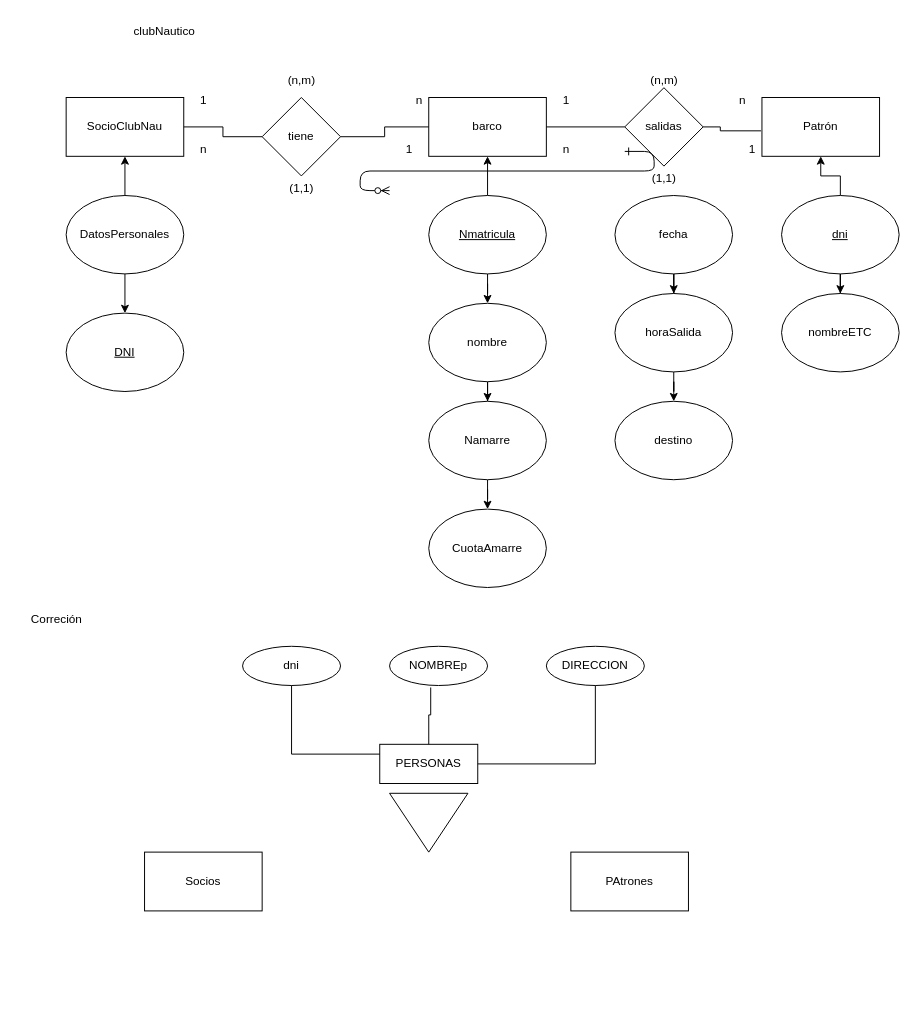
This is EjercicioDIsenoBBDD.drawio from cohet3/Diagramas, a draw.io file, before an edit. Source tidied: cells renumbered, new cells numbered last; positions are measured from the earlier drawing's top-left corner, leaving out a move shared by most shapes. Both pictures are drawn from the tidied source at 98%, with x=0, y=0 at pixel (17, 17).
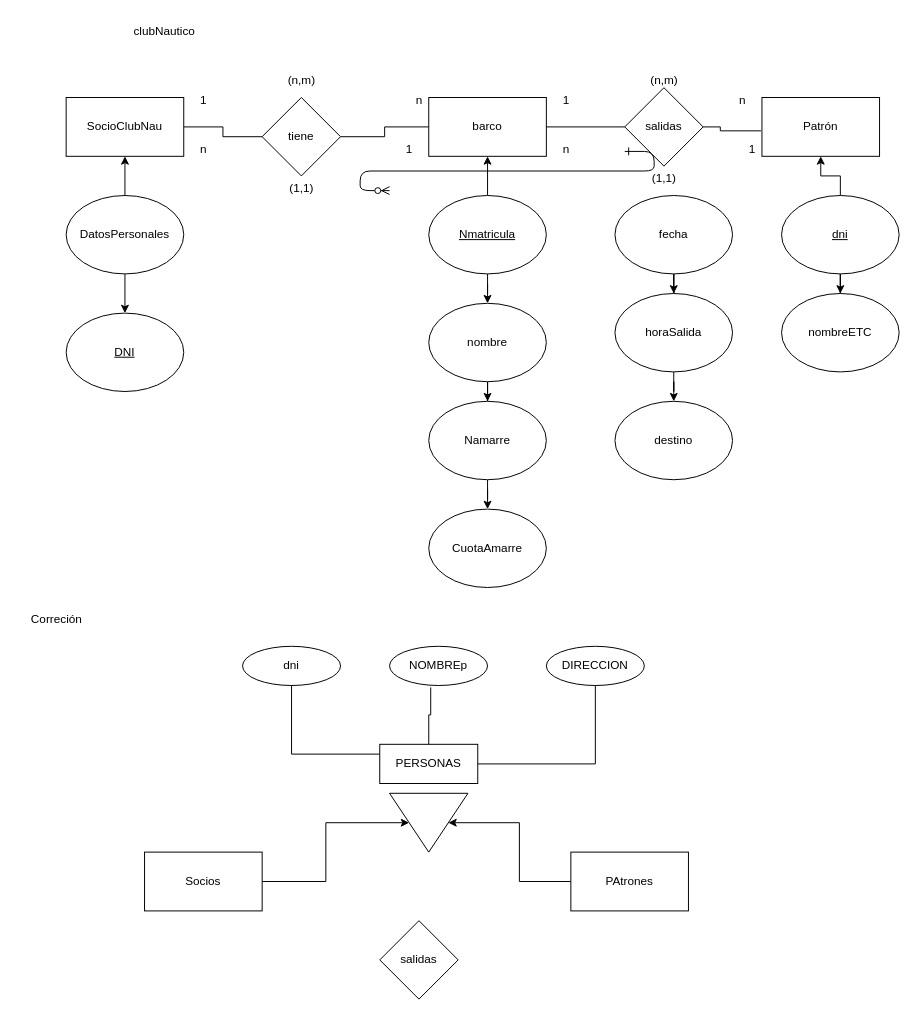
Above is the later version.

Unchanged cells that the change refers to:
```xml
<mxCell id="54" style="triangle;whiteSpace=wrap;html=1;direction=south;" parent="1" vertex="1">
  <mxGeometry x="380" y="792" width="80" height="60" as="geometry" />
</mxCell>
<mxCell id="55" value="Socios" style="rounded=0;whiteSpace=wrap;html=1;" parent="1" vertex="1">
  <mxGeometry x="130" y="852" width="120" height="60" as="geometry" />
</mxCell>
<mxCell id="56" value="PAtrones" style="rounded=0;whiteSpace=wrap;html=1;" parent="1" vertex="1">
  <mxGeometry x="565" y="852" width="120" height="60" as="geometry" />
</mxCell>
```

The edit, as a diff of the source:
```diff
@@
+    <mxCell id="57" style="edgeStyle=orthogonalEdgeStyle;rounded=0;jettySize=auto;html=1;" parent="1" edge="1" source="55" target="54">
+      <mxGeometry relative="1" as="geometry" />
+    </mxCell>
@@
+    <mxCell id="58" style="edgeStyle=orthogonalEdgeStyle;rounded=0;jettySize=auto;html=1;" parent="1" edge="1" source="56" target="54">
+      <mxGeometry relative="1" as="geometry" />
+    </mxCell>
@@
+    <mxCell id="59" value="salidas" style="rhombus;whiteSpace=wrap;html=1;" parent="1" vertex="1">
+      <mxGeometry x="370" y="922" width="80" height="80" as="geometry" />
+    </mxCell>
```
